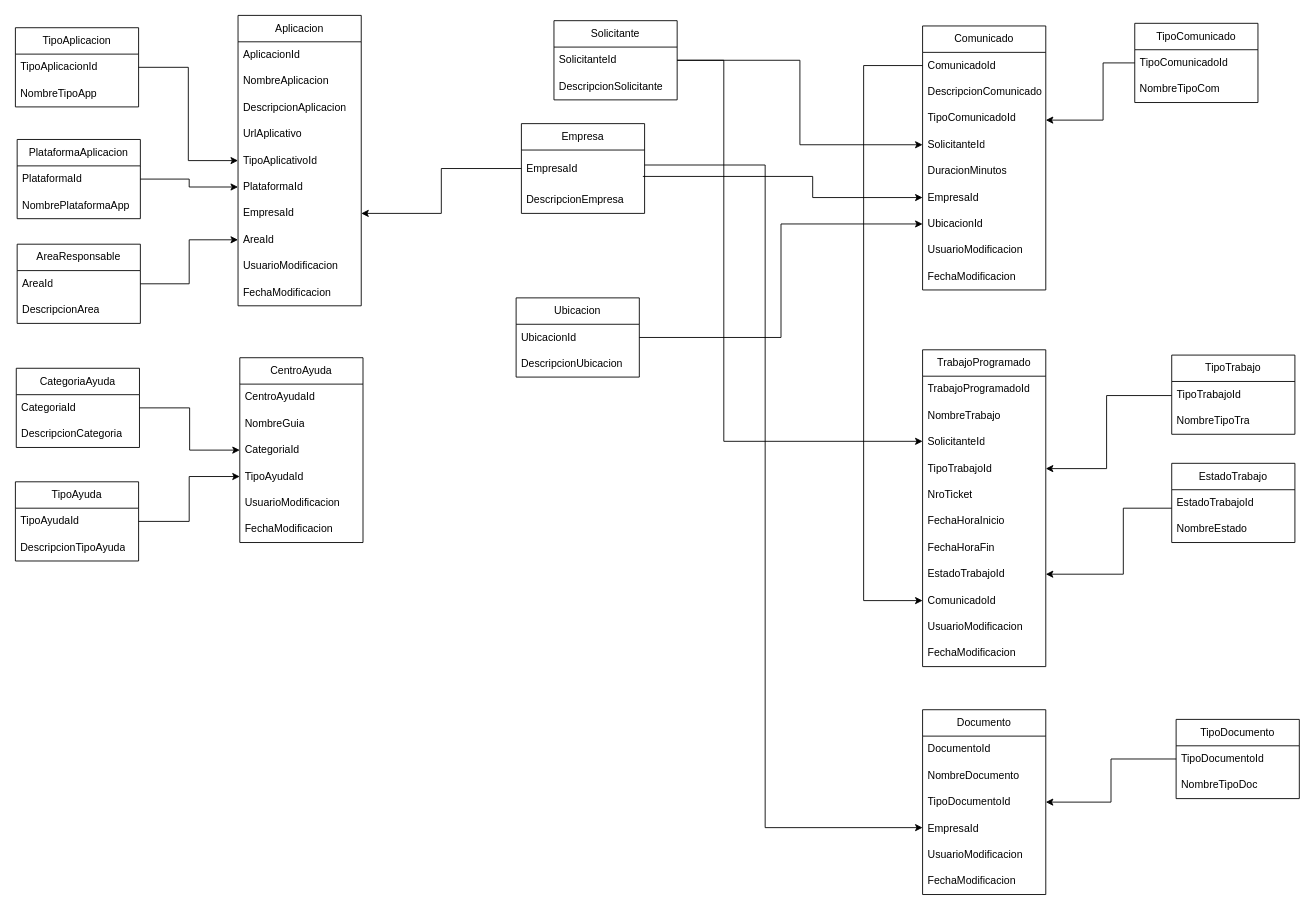
Before: PortalTI.drawio in MateoR8/Modelado-de-BD---Portal-TI, a draw.io diagram. Source tidied: cells renumbered, new cells numbered last; positions are measured from the earlier drawing's top-left corner, leaving out a move shared by most shapes. Both pictures are drawn from the tidied source at 88%, with x=0, y=0 at pixel (15, 15).
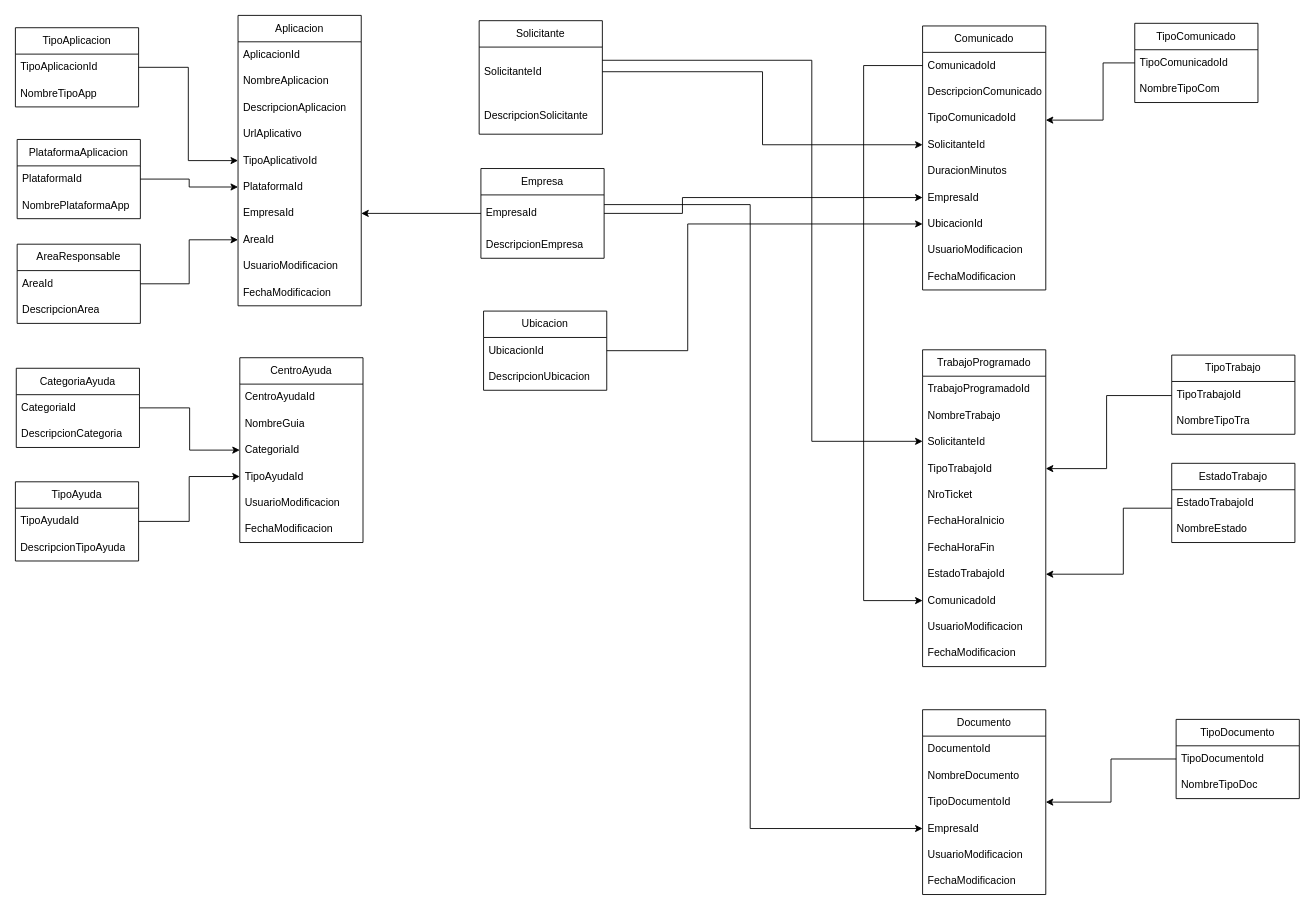
Above is the later version.

The change refers to these unchanged cells:
```xml
<mxCell id="6" value="EmpresaId" style="text;strokeColor=none;fillColor=none;align=left;verticalAlign=middle;spacingLeft=4;spacingRight=4;overflow=hidden;points=[[0,0.5],[1,0.5]];portConstraint=eastwest;whiteSpace=wrap;html=1;" parent="5" vertex="1">
  <mxGeometry y="30" width="140" height="42" as="geometry" />
</mxCell>
<mxCell id="9" value="UbicacionId" style="text;strokeColor=none;fillColor=none;align=left;verticalAlign=middle;spacingLeft=4;spacingRight=4;overflow=hidden;points=[[0,0.5],[1,0.5]];portConstraint=eastwest;whiteSpace=wrap;html=1;" parent="8" vertex="1">
  <mxGeometry y="30" width="140" height="30" as="geometry" />
</mxCell>
<mxCell id="20" value="EmpresaId" style="text;strokeColor=none;fillColor=none;align=left;verticalAlign=middle;spacingLeft=4;spacingRight=4;overflow=hidden;points=[[0,0.5],[1,0.5]];portConstraint=eastwest;whiteSpace=wrap;html=1;" parent="14" vertex="1">
  <mxGeometry y="180" width="140" height="30" as="geometry" />
</mxCell>
<mxCell id="21" value="UbicacionId" style="text;strokeColor=none;fillColor=none;align=left;verticalAlign=middle;spacingLeft=4;spacingRight=4;overflow=hidden;points=[[0,0.5],[1,0.5]];portConstraint=eastwest;whiteSpace=wrap;html=1;" parent="14" vertex="1">
  <mxGeometry y="210" width="140" height="30" as="geometry" />
</mxCell>
<mxCell id="37" value="SolicitanteId" style="text;strokeColor=none;fillColor=none;align=left;verticalAlign=middle;spacingLeft=4;spacingRight=4;overflow=hidden;points=[[0,0.5],[1,0.5]];portConstraint=eastwest;whiteSpace=wrap;html=1;" parent="34" vertex="1">
  <mxGeometry y="90" width="140" height="30" as="geometry" />
</mxCell>
<mxCell id="57" value="EmpresaId" style="text;strokeColor=none;fillColor=none;align=left;verticalAlign=middle;spacingLeft=4;spacingRight=4;overflow=hidden;points=[[0,0.5],[1,0.5]];portConstraint=eastwest;whiteSpace=wrap;html=1;" parent="53" vertex="1">
  <mxGeometry y="120" width="140" height="30" as="geometry" />
</mxCell>
```

Change to the diagram source:
```diff
@@
     <mxCell id="2" value="Solicitante" style="swimlane;fontStyle=0;horizontal=1;startSize=30;whiteSpace=wrap;html=1;" parent="1" vertex="1">
-      <mxGeometry x="612" y="6" width="140" height="90" as="geometry" />
+      <mxGeometry x="527" y="6" width="140" height="129" as="geometry" />
     </mxCell>
     <mxCell id="3" value="SolicitanteId" style="text;strokeColor=none;fillColor=none;align=left;verticalAlign=middle;spacingLeft=4;spacingRight=4;overflow=hidden;points=[[0,0.5],[1,0.5]];portConstraint=eastwest;whiteSpace=wrap;html=1;" parent="2" vertex="1">
-      <mxGeometry y="30" width="140" height="30" as="geometry" />
+      <mxGeometry y="30" width="140" height="56" as="geometry" />
     </mxCell>
     <mxCell id="4" value="DescripcionSolicitante" style="text;strokeColor=none;fillColor=none;align=left;verticalAlign=middle;spacingLeft=4;spacingRight=4;overflow=hidden;whiteSpace=wrap;html=1;" parent="2" vertex="1">
-      <mxGeometry y="60" width="140" height="30" as="geometry" />
+      <mxGeometry y="86" width="140" height="43" as="geometry" />
     </mxCell>
     <mxCell id="5" value="Empresa" style="swimlane;fontStyle=0;horizontal=1;startSize=30;whiteSpace=wrap;html=1;" parent="1" vertex="1">
-      <mxGeometry x="575" y="123" width="140" height="102" as="geometry" />
+      <mxGeometry x="529" y="174" width="140" height="102" as="geometry" />
     </mxCell>
@@
     <mxCell id="8" value="Ubicacion" style="swimlane;fontStyle=0;horizontal=1;startSize=30;whiteSpace=wrap;html=1;" parent="1" vertex="1">
-      <mxGeometry x="569" y="321" width="140" height="90" as="geometry" />
+      <mxGeometry x="532" y="336" width="140" height="90" as="geometry" />
     </mxCell>
@@
-    <mxCell id="26" style="edgeStyle=orthogonalEdgeStyle;rounded=0;jettySize=auto;html=1;entryX=0;entryY=0.5;entryDx=0;entryDy=0;exitX=0.986;exitY=0.714;exitDx=0;exitDy=0;exitPerimeter=0;" parent="1" edge="1" source="6" target="20">
-      <mxGeometry relative="1" as="geometry">
-        <Array as="points">
-          <mxPoint x="906" y="183" />
-          <mxPoint x="906" y="207" />
-        </Array>
-      </mxGeometry>
-    </mxCell>
-    <mxCell id="27" style="edgeStyle=orthogonalEdgeStyle;rounded=0;jettySize=auto;html=1;entryX=0;entryY=0.5;entryDx=0;entryDy=0;" parent="1" edge="1" source="9" target="21">
-      <mxGeometry relative="1" as="geometry" />
+    <mxCell id="27" style="edgeStyle=orthogonalEdgeStyle;rounded=0;jettySize=auto;html=1;entryX=0;entryY=0.5;entryDx=0;entryDy=0;exitX=1;exitY=0.5;exitDx=0;exitDy=0;" parent="1" edge="1" source="9" target="21">
+      <mxGeometry relative="1" as="geometry">
+        <Array as="points">
+          <mxPoint x="764" y="381" />
+          <mxPoint x="764" y="237" />
+        </Array>
+      </mxGeometry>
     </mxCell>
@@
     <mxCell id="48" style="edgeStyle=orthogonalEdgeStyle;rounded=0;jettySize=auto;html=1;" parent="1" edge="1" source="3" target="37">
       <mxGeometry relative="1" as="geometry">
         <Array as="points">
-          <mxPoint x="805" y="51" />
-          <mxPoint x="805" y="484" />
+          <mxPoint x="905" y="51" />
+          <mxPoint x="905" y="484" />
         </Array>
       </mxGeometry>
     </mxCell>
@@
-    <mxCell id="61" style="edgeStyle=orthogonalEdgeStyle;rounded=0;jettySize=auto;html=1;" parent="1" edge="1" source="6" target="57">
-      <mxGeometry relative="1" as="geometry">
-        <Array as="points">
-          <mxPoint x="852" y="170" />
-          <mxPoint x="852" y="923" />
-        </Array>
-      </mxGeometry>
-    </mxCell>
@@
+    <mxCell id="26" style="edgeStyle=orthogonalEdgeStyle;rounded=0;jettySize=auto;html=1;" parent="1" edge="1" source="6" target="20">
+      <mxGeometry relative="1" as="geometry">
+        <Array as="points">
+          <mxPoint x="758" y="225" />
+          <mxPoint x="758" y="207" />
+        </Array>
+      </mxGeometry>
+    </mxCell>
+    <mxCell id="61" style="edgeStyle=orthogonalEdgeStyle;rounded=0;jettySize=auto;html=1;entryX=0;entryY=0.5;entryDx=0;entryDy=0;" parent="1" edge="1" source="6" target="57">
+      <mxGeometry relative="1" as="geometry">
+        <Array as="points">
+          <mxPoint x="835" y="215" />
+          <mxPoint x="835" y="924" />
+        </Array>
+      </mxGeometry>
+    </mxCell>
```
